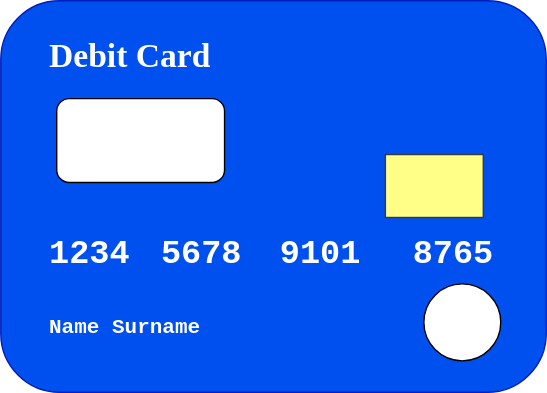
Earlier version of the draw.io export Work Samples/WF/DebitCard.drawio.svg (uchiharizvi/design-diagrams). Source tidied: cells renumbered, new cells last; positions are measured from the earlier drawing's top-left corner, leaving out a move shared by most shapes.
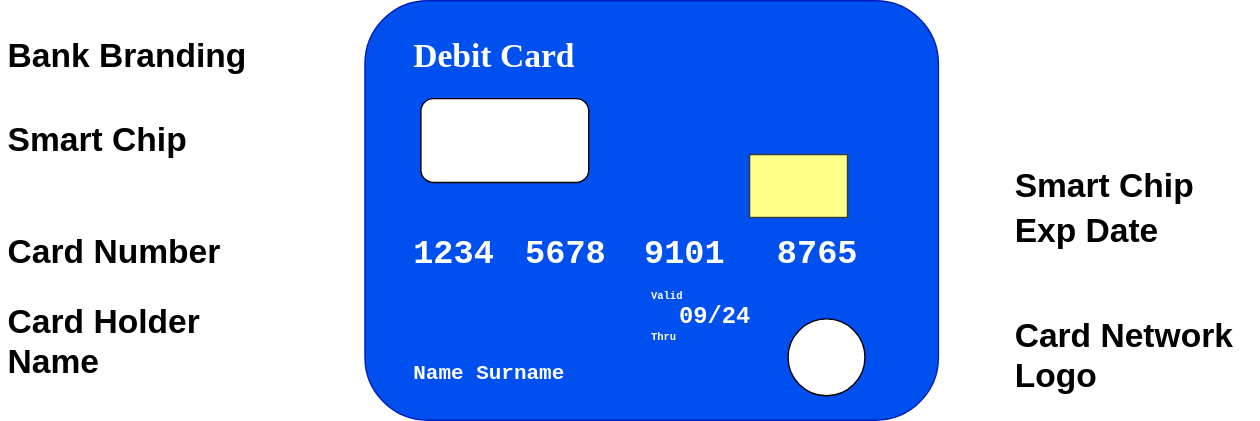
After the commit.

Change to the diagram source:
```diff
@@ -3,7 +3,7 @@
     <mxCell id="0" />
     <mxCell id="1" parent="0" />
     <mxCell id="2" style="rounded=1;whiteSpace=wrap;html=1;fillColor=#0050ef;fontColor=#ffffff;strokeColor=#001DBC;" parent="1" vertex="1">
-      <mxGeometry width="390" height="280" as="geometry" />
+      <mxGeometry width="410" height="300" as="geometry" />
     </mxCell>
     <mxCell id="3" value="&lt;h1&gt;&lt;font face=&quot;Verdana&quot; color=&quot;#ffffff&quot;&gt;Debit Card&lt;/font&gt;&lt;/h1&gt;" style="text;html=1;spacing=5;spacingTop=-20;whiteSpace=wrap;overflow=hidden;rounded=0;" parent="1" vertex="1">
       <mxGeometry x="30" y="20" width="190" height="40" as="geometry" />
@@ -24,13 +24,40 @@
       <mxGeometry x="290" y="160" width="80" height="40" as="geometry" />
     </mxCell>
     <mxCell id="9" value="&lt;h1&gt;&lt;font style=&quot;font-size: 15px;&quot; face=&quot;Courier New&quot; color=&quot;#ffffff&quot;&gt;Name Surname&lt;/font&gt;&lt;/h1&gt;" style="text;html=1;spacing=5;spacingTop=-20;whiteSpace=wrap;overflow=hidden;rounded=0;" parent="1" vertex="1">
-      <mxGeometry x="30" y="210" width="120" height="40" as="geometry" />
+      <mxGeometry x="30" y="242.5" width="120" height="40" as="geometry" />
     </mxCell>
     <mxCell id="10" style="ellipse;whiteSpace=wrap;html=1;" parent="1" vertex="1">
-      <mxGeometry x="302.5" y="202.5" width="55" height="55" as="geometry" />
+      <mxGeometry x="302.5" y="227.5" width="55" height="55" as="geometry" />
     </mxCell>
     <mxCell id="11" style="rounded=0;whiteSpace=wrap;html=1;fillColor=#ffff88;strokeColor=#36393d;" parent="1" vertex="1">
       <mxGeometry x="275" y="110" width="70" height="45" as="geometry" />
     </mxCell>
+    <mxCell id="12" value="&lt;h1&gt;Bank Branding&lt;/h1&gt;" style="text;html=1;spacing=5;spacingTop=-20;whiteSpace=wrap;overflow=hidden;rounded=0;" parent="1" vertex="1">
+      <mxGeometry x="-260" y="20" width="180" height="40" as="geometry" />
+    </mxCell>
+    <mxCell id="13" value="&lt;h1&gt;Smart Chip&lt;/h1&gt;" style="text;html=1;spacing=5;spacingTop=-20;whiteSpace=wrap;overflow=hidden;rounded=0;" parent="1" vertex="1">
+      <mxGeometry x="-260" y="80" width="180" height="40" as="geometry" />
+    </mxCell>
+    <mxCell id="14" value="&lt;h1&gt;Card Number&lt;/h1&gt;" style="text;html=1;spacing=5;spacingTop=-20;whiteSpace=wrap;overflow=hidden;rounded=0;" parent="1" vertex="1">
+      <mxGeometry x="-260" y="160" width="180" height="40" as="geometry" />
+    </mxCell>
+    <mxCell id="15" value="&lt;h1&gt;Card Holder Name&lt;/h1&gt;" style="text;html=1;spacing=5;spacingTop=-20;whiteSpace=wrap;overflow=hidden;rounded=0;" parent="1" vertex="1">
+      <mxGeometry x="-260" y="210" width="180" height="60" as="geometry" />
+    </mxCell>
+    <mxCell id="16" value="&lt;h1&gt;Smart Chip&lt;/h1&gt;" style="text;html=1;spacing=5;spacingTop=-20;whiteSpace=wrap;overflow=hidden;rounded=0;" parent="1" vertex="1">
+      <mxGeometry x="460" y="112.5" width="180" height="40" as="geometry" />
+    </mxCell>
+    <mxCell id="17" value="&lt;h1&gt;Card Network Logo&lt;/h1&gt;" style="text;html=1;spacing=5;spacingTop=-20;whiteSpace=wrap;overflow=hidden;rounded=0;" parent="1" vertex="1">
+      <mxGeometry x="460" y="220" width="180" height="70" as="geometry" />
+    </mxCell>
+    <mxCell id="18" value="&lt;h1&gt;&lt;font color=&quot;#ffffff&quot; style=&quot;font-size: 9px;&quot; face=&quot;Courier New&quot;&gt;&lt;sup style=&quot;&quot;&gt;Valid&lt;br style=&quot;font-size: 9px;&quot;&gt;Thru&lt;/sup&gt;&lt;/font&gt;&lt;/h1&gt;" style="text;html=1;spacing=5;spacingTop=-20;whiteSpace=wrap;overflow=hidden;rounded=0;" parent="1" vertex="1">
+      <mxGeometry x="200" y="190" width="50" height="60" as="geometry" />
+    </mxCell>
+    <mxCell id="19" value="&lt;h1&gt;&lt;font style=&quot;font-size: 17px;&quot; face=&quot;Courier New&quot; color=&quot;#ffffff&quot;&gt;09/24&lt;/font&gt;&lt;/h1&gt;" style="text;html=1;spacing=5;spacingTop=-20;whiteSpace=wrap;overflow=hidden;rounded=0;" parent="1" vertex="1">
+      <mxGeometry x="220" y="202.5" width="77.5" height="40" as="geometry" />
+    </mxCell>
+    <mxCell id="20" value="&lt;h1&gt;Exp Date&lt;/h1&gt;" style="text;html=1;spacing=5;spacingTop=-20;whiteSpace=wrap;overflow=hidden;rounded=0;" parent="1" vertex="1">
+      <mxGeometry x="460" y="145" width="180" height="70" as="geometry" />
+    </mxCell>
   </root>
 </mxGraphModel>
```
